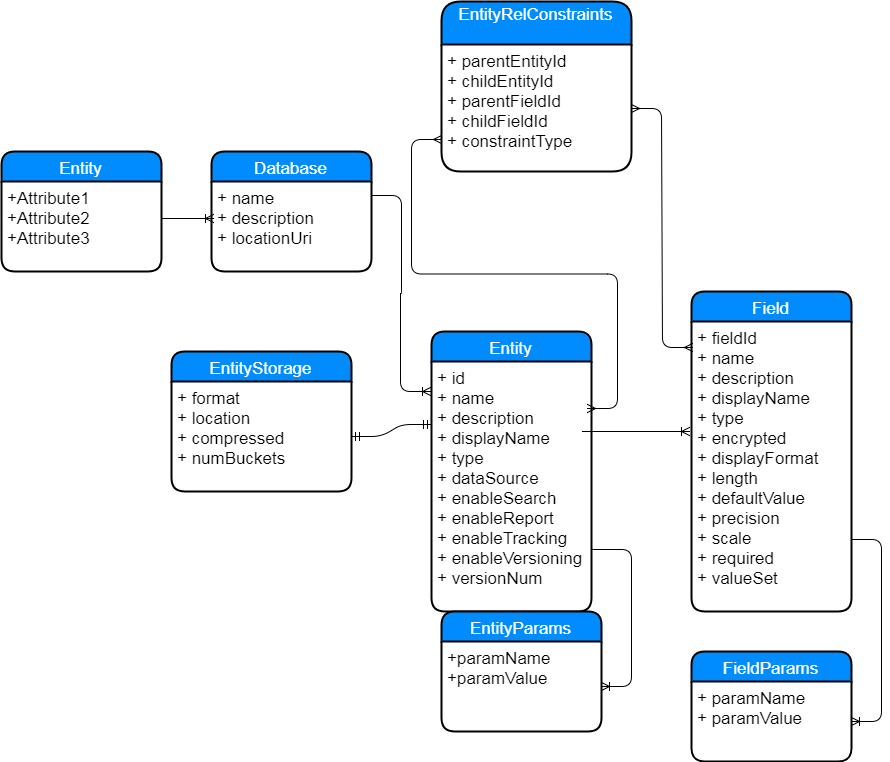
sandhyaagarwal/diagrams keeps this draw.io diagram as entity.png. Above is the earlier version. Source tidied: cells renumbered, new cells last; positions are measured from the earlier drawing's top-left corner, leaving out a move shared by most shapes.
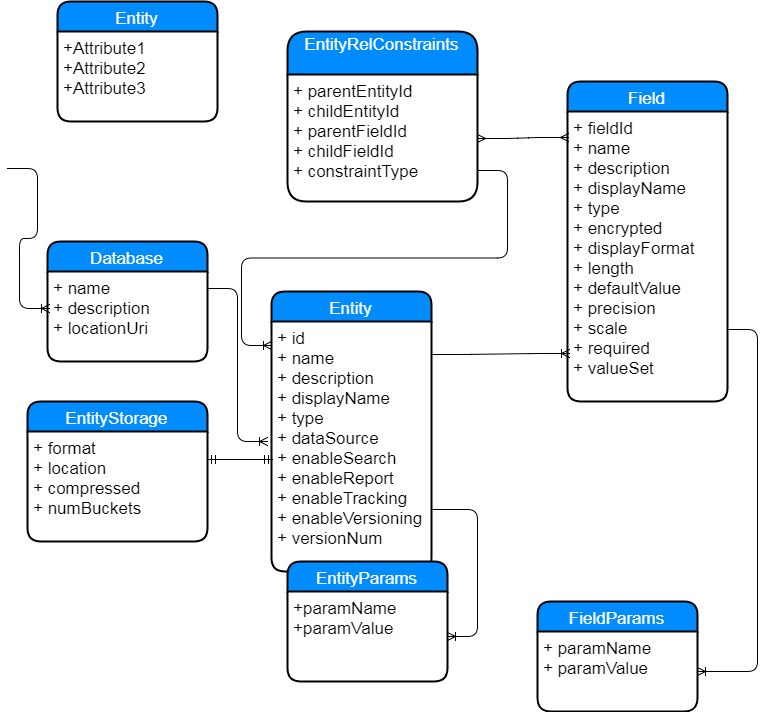
After the commit.

Diff of the diagram source:
```diff
@@ -3,14 +3,14 @@
     <mxCell id="0" />
     <mxCell id="1" parent="0" />
     <mxCell id="2" value="Entity" style="swimlane;horizontal=1;startSize=30;fillColor=#008cff;fontColor=#FFFFFF;rounded=1;fontSize=17;fontStyle=0;strokeWidth=2;shadow=0;dashed=0;align=center;" parent="1" vertex="1">
-      <mxGeometry x="430" y="330" width="160" height="280" as="geometry" />
+      <mxGeometry x="424" y="340" width="160" height="280" as="geometry" />
     </mxCell>
     <mxCell id="3" value="+ id&#10;+ name&#10;+ description&#10;+ displayName&#10;+ type&#10;+ dataSource&#10;+ enableSearch&#10;+ enableReport&#10;+ enableTracking&#10;+ enableVersioning&#10;+ versionNum" style="align=left;strokeColor=none;fillColor=none;spacingLeft=4;fontSize=17;verticalAlign=top;" parent="2" vertex="1">
       <mxGeometry y="30" width="160" height="250" as="geometry" />
     </mxCell>
-    <mxCell id="4" style="edgeStyle=entityRelationEdgeStyle;html=1;endArrow=ERoneToMany;entryX=-0.012;entryY=0.379;entryPerimeter=0;" parent="1" edge="1" target="12">
+    <mxCell id="4" style="edgeStyle=entityRelationEdgeStyle;html=1;endArrow=ERoneToMany;entryX=0.013;entryY=0.834;entryPerimeter=0;" parent="1" edge="1" target="12">
       <mxGeometry relative="1" as="geometry">
-        <mxPoint x="581" y="430" as="sourcePoint" />
+        <mxPoint x="584" y="403" as="sourcePoint" />
       </mxGeometry>
     </mxCell>
     <mxCell id="5" value="EntityParams" style="swimlane;horizontal=1;startSize=30;fillColor=#008cff;fontColor=#FFFFFF;rounded=1;fontSize=17;fontStyle=0;strokeWidth=2;shadow=0;dashed=0;align=center;" parent="1" vertex="1">
@@ -32,54 +32,54 @@
       <mxGeometry relative="1" as="geometry" />
     </mxCell>
     <mxCell id="11" value="Field" style="swimlane;horizontal=1;startSize=30;fillColor=#008cff;fontColor=#FFFFFF;rounded=1;fontSize=17;fontStyle=0;strokeWidth=2;shadow=0;dashed=0;align=center;" parent="1" vertex="1">
-      <mxGeometry x="690" y="290" width="160" height="320" as="geometry" />
+      <mxGeometry x="720" y="130" width="160" height="320" as="geometry" />
     </mxCell>
     <mxCell id="12" value="+ fieldId&#10;+ name&#10;+ description&#10;+ displayName&#10;+ type&#10;+ encrypted&#10;+ displayFormat&#10;+ length&#10;+ defaultValue&#10;+ precision&#10;+ scale&#10;+ required&#10;+ valueSet&#10;" style="align=left;strokeColor=none;fillColor=none;spacingLeft=4;fontSize=17;verticalAlign=top;" parent="11" vertex="1">
       <mxGeometry y="30" width="160" height="290" as="geometry" />
     </mxCell>
-    <mxCell id="13" style="edgeStyle=entityRelationEdgeStyle;html=1;endArrow=ERmandOne;startArrow=ERmandOne;entryX=0;entryY=0.25;" parent="1" edge="1" source="15" target="3">
+    <mxCell id="13" style="edgeStyle=entityRelationEdgeStyle;html=1;endArrow=ERmandOne;startArrow=ERmandOne;entryX=0.006;entryY=0.552;exitX=1;exitY=0.25;entryPerimeter=0;" parent="1" edge="1" source="15" target="3">
       <mxGeometry relative="1" as="geometry" />
     </mxCell>
     <mxCell id="14" value="EntityStorage" style="swimlane;horizontal=1;startSize=30;fillColor=#008cff;fontColor=#FFFFFF;rounded=1;fontSize=17;fontStyle=0;strokeWidth=2;shadow=0;dashed=0;align=center;" parent="1" vertex="1">
-      <mxGeometry x="170" y="350" width="180" height="140" as="geometry" />
+      <mxGeometry x="180" y="450" width="180" height="140" as="geometry" />
     </mxCell>
     <mxCell id="15" value="+ format&#10;+ location&#10;+ compressed&#10;+ numBuckets&#10;&#10;" style="align=left;strokeColor=none;fillColor=none;spacingLeft=4;fontSize=17;verticalAlign=top;" parent="14" vertex="1">
       <mxGeometry y="30" width="180" height="110" as="geometry" />
     </mxCell>
     <mxCell id="16" value="EntityRelConstraints&#10;" style="swimlane;horizontal=1;startSize=43;fillColor=#008cff;fontColor=#FFFFFF;rounded=1;fontSize=17;fontStyle=0;strokeWidth=2;shadow=0;dashed=0;align=center;" parent="1" vertex="1">
-      <mxGeometry x="440" width="190" height="170" as="geometry" />
+      <mxGeometry x="440" y="80" width="190" height="170" as="geometry" />
     </mxCell>
     <mxCell id="17" value="+ parentEntityId&#10;+ childEntityId&#10;+ parentFieldId&#10;+ childFieldId&#10;+ constraintType&#10;" style="align=left;strokeColor=none;fillColor=none;spacingLeft=4;fontSize=17;verticalAlign=top;" parent="16" vertex="1">
       <mxGeometry y="43" width="190" height="127" as="geometry" />
     </mxCell>
-    <mxCell id="18" style="edgeStyle=entityRelationEdgeStyle;html=1;endArrow=ERmany;startArrow=ERmany;entryX=0;entryY=0.75;exitX=0.975;exitY=0.188;exitPerimeter=0;" parent="1" edge="1" source="3" target="17">
-      <mxGeometry relative="1" as="geometry" />
-    </mxCell>
     <mxCell id="19" style="edgeStyle=entityRelationEdgeStyle;html=1;endArrow=ERmany;startArrow=ERmany;entryX=0.006;entryY=0.089;entryPerimeter=0;exitX=1;exitY=0.5;" parent="1" edge="1" source="17" target="12">
       <mxGeometry relative="1" as="geometry" />
     </mxCell>
     <mxCell id="20" style="edgeStyle=entityRelationEdgeStyle;html=1;endArrow=ERoneToMany;" parent="1" edge="1">
       <mxGeometry relative="1" as="geometry">
-        <mxPoint x="370" y="194" as="sourcePoint" />
-        <mxPoint x="429" y="390" as="targetPoint" />
+        <mxPoint x="360" y="337" as="sourcePoint" />
+        <mxPoint x="420" y="490" as="targetPoint" />
       </mxGeometry>
     </mxCell>
     <mxCell id="21" value="Database" style="swimlane;horizontal=1;startSize=30;fillColor=#008cff;fontColor=#FFFFFF;rounded=1;fontSize=17;fontStyle=0;strokeWidth=2;shadow=0;dashed=0;align=center;" parent="1" vertex="1">
-      <mxGeometry x="210" y="150" width="160" height="120" as="geometry" />
+      <mxGeometry x="200" y="290" width="160" height="120" as="geometry" />
     </mxCell>
     <mxCell id="22" value="+ name&#10;+ description&#10;+ locationUri" style="align=left;strokeColor=none;fillColor=none;spacingLeft=4;fontSize=17;verticalAlign=top;" parent="21" vertex="1">
       <mxGeometry y="30" width="160" height="90" as="geometry" />
     </mxCell>
+    <mxCell id="25" style="edgeStyle=entityRelationEdgeStyle;html=1;endArrow=ERoneToMany;entryX=0.013;entryY=0.411;entryPerimeter=0;" parent="1" edge="1" target="22">
+      <mxGeometry relative="1" as="geometry">
+        <mxPoint x="160" y="217" as="sourcePoint" />
+      </mxGeometry>
+    </mxCell>
+    <mxCell id="26" style="edgeStyle=entityRelationEdgeStyle;html=1;endArrow=ERoneToMany;exitX=1;exitY=0.756;exitPerimeter=0;entryX=0;entryY=0.096;entryPerimeter=0;" parent="1" edge="1" source="17" target="3">
+      <mxGeometry relative="1" as="geometry" />
+    </mxCell>
     <mxCell id="23" value="Entity" style="swimlane;horizontal=1;startSize=30;fillColor=#008cff;fontColor=#FFFFFF;rounded=1;fontSize=17;fontStyle=0;strokeWidth=2;shadow=0;dashed=0;align=center;" parent="1" vertex="1">
-      <mxGeometry y="150" width="160" height="120" as="geometry" />
+      <mxGeometry x="210" y="50" width="160" height="120" as="geometry" />
     </mxCell>
     <mxCell id="24" value="+Attribute1&#10;+Attribute2&#10;+Attribute3" style="align=left;strokeColor=none;fillColor=none;spacingLeft=4;fontSize=17;verticalAlign=top;" parent="23" vertex="1">
       <mxGeometry y="30" width="160" height="90" as="geometry" />
     </mxCell>
-    <mxCell id="25" style="edgeStyle=entityRelationEdgeStyle;html=1;endArrow=ERoneToMany;entryX=0.013;entryY=0.411;entryPerimeter=0;" parent="1" edge="1" target="22">
-      <mxGeometry relative="1" as="geometry">
-        <mxPoint x="160" y="217" as="sourcePoint" />
-      </mxGeometry>
-    </mxCell>
   </root>
 </mxGraphModel>
```
